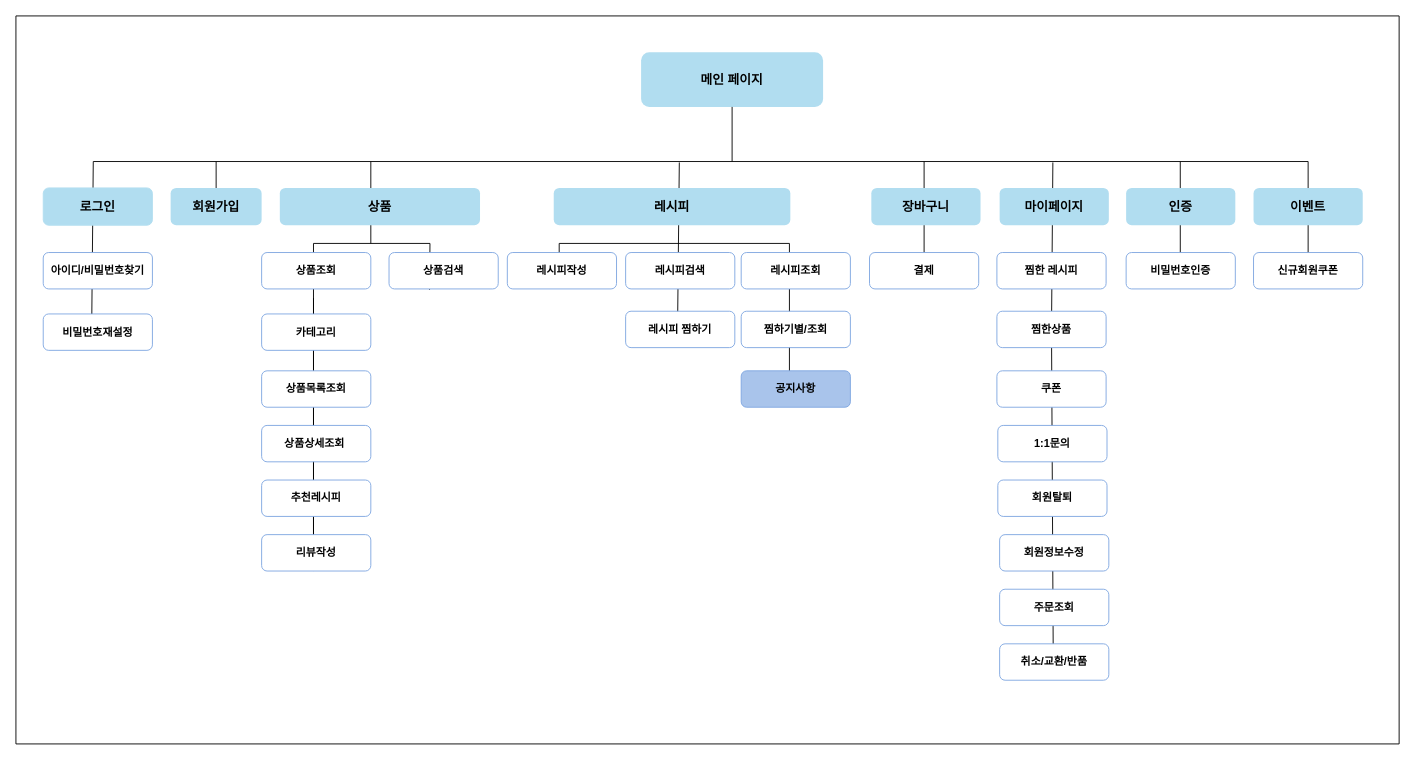
wjdwodhs/Flowchart keeps this draw.io diagram as Flowchart.drawio. Above is the earlier version. Source tidied: cells renumbered, new cells numbered last; positions are measured from the earlier drawing's top-left corner, leaving out a move shared by most shapes. Both pictures are drawn from the tidied source at 91%, with x=0, y=0 at pixel (15, 15).
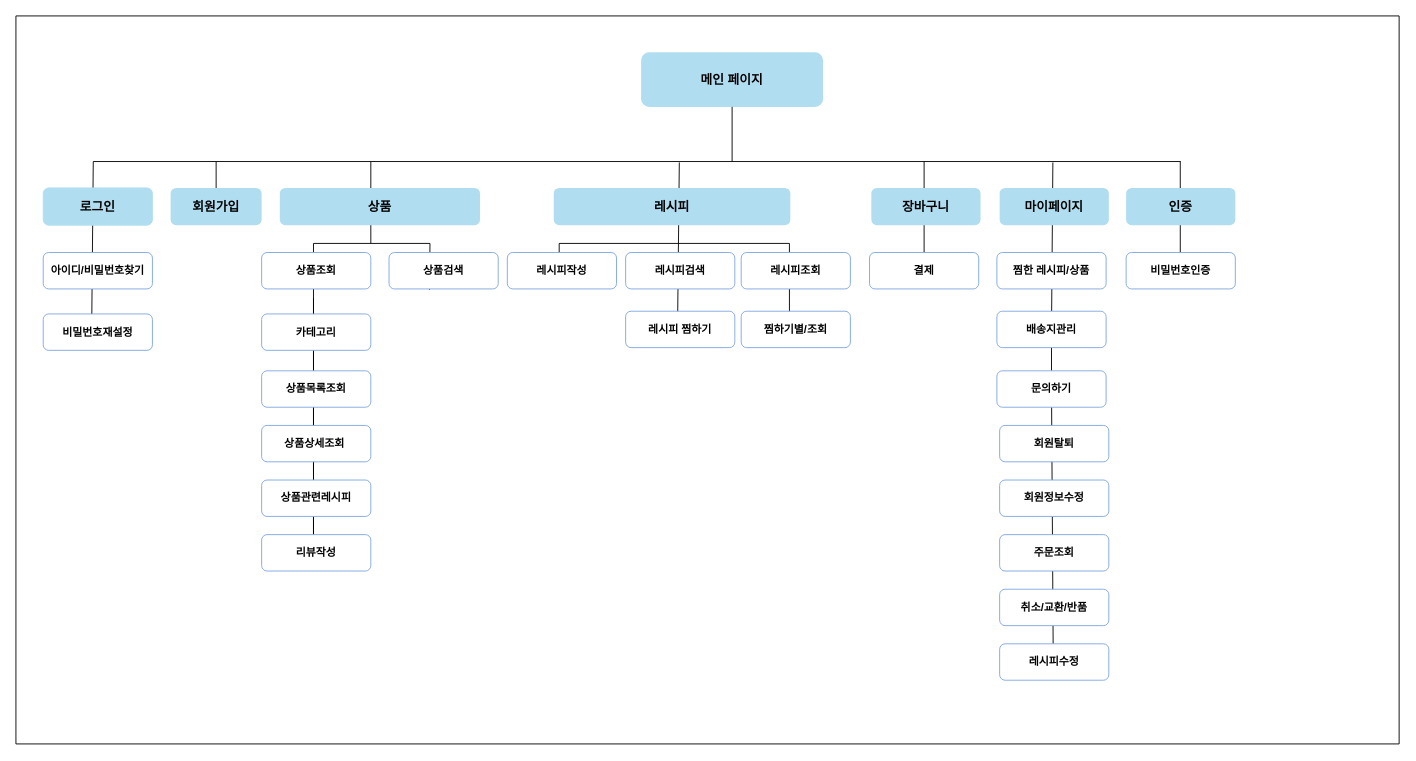
Above is the later version.

The change refers to these unchanged cells:
```xml
<mxCell id="56" value="&lt;b&gt;찜하기별/조회&lt;/b&gt;" style="rounded=1;whiteSpace=wrap;html=1;strokeColor=#7EA6E0;" parent="1" vertex="1">
  <mxGeometry x="797" y="324.5" width="120" height="40" as="geometry" />
</mxCell>
```

Diff of the diagram source:
```diff
@@
     <mxCell id="3" style="endArrow=none;html=1;rounded=0;" parent="1" edge="1">
       <mxGeometry relative="1" as="geometry">
         <mxPoint x="85" y="160" as="sourcePoint" />
-        <mxPoint x="1420" y="160" as="targetPoint" />
+        <mxPoint x="1280" y="160" as="targetPoint" />
       </mxGeometry>
     </mxCell>
@@
-    <mxCell id="32" value="&lt;b&gt;추천레시피&lt;/b&gt;" style="rounded=1;whiteSpace=wrap;html=1;strokeColor=#7EA6E0;" parent="1" vertex="1">
+    <mxCell id="32" value="&lt;b&gt;상품관련레시피&lt;/b&gt;" style="rounded=1;whiteSpace=wrap;html=1;strokeColor=#7EA6E0;" parent="1" vertex="1">
       <mxGeometry x="270" y="510" width="120" height="40" as="geometry" />
     </mxCell>
@@
-    <mxCell id="35" style="endArrow=none;html=1;rounded=0;" parent="1" edge="1">
+    <mxCell id="35" style="endArrow=none;html=1;rounded=0;exitX=0.442;exitY=0.963;exitDx=0;exitDy=0;exitPerimeter=0;" parent="1" edge="1" source="56">
       <mxGeometry relative="1" as="geometry">
-        <mxPoint x="850" y="410" as="sourcePoint" />
         <mxPoint x="850" y="250" as="targetPoint" />
       </mxGeometry>
     </mxCell>
@@
-    <mxCell id="38" value="&lt;b&gt;찜한 레시피&lt;/b&gt;" style="rounded=1;whiteSpace=wrap;html=1;strokeColor=#7EA6E0;" parent="1" vertex="1">
+    <mxCell id="38" value="&lt;b&gt;찜한 레시피/상품&lt;/b&gt;" style="rounded=1;whiteSpace=wrap;html=1;strokeColor=#7EA6E0;" parent="1" vertex="1">
       <mxGeometry x="1078" y="260" width="120" height="40" as="geometry" />
     </mxCell>
@@
-    <mxCell id="41" style="endArrow=none;html=1;rounded=0;" parent="1" edge="1" target="42">
-      <mxGeometry relative="1" as="geometry">
-        <mxPoint x="1140" y="720" as="sourcePoint" />
-      </mxGeometry>
+    <mxCell id="41" style="endArrow=none;html=1;rounded=0;" parent="1" edge="1" source="47" target="42">
+      <mxGeometry relative="1" as="geometry" />
     </mxCell>
-    <mxCell id="42" value="&lt;b&gt;찜한상품&lt;/b&gt;" style="rounded=1;whiteSpace=wrap;html=1;strokeColor=#7EA6E0;" parent="1" vertex="1">
+    <mxCell id="42" value="&lt;b&gt;배송지관리&lt;/b&gt;" style="rounded=1;whiteSpace=wrap;html=1;strokeColor=#7EA6E0;" parent="1" vertex="1">
       <mxGeometry x="1078" y="324.5" width="120" height="40" as="geometry" />
     </mxCell>
-    <mxCell id="43" value="&lt;b&gt;쿠폰&lt;/b&gt;" style="rounded=1;whiteSpace=wrap;html=1;strokeColor=#7EA6E0;" parent="1" vertex="1">
-      <mxGeometry x="1078" y="390" width="120" height="40" as="geometry" />
-    </mxCell>
-    <mxCell id="44" style="endArrow=none;html=1;rounded=0;exitX=0.5;exitY=1;exitDx=0;exitDy=0;" parent="1" edge="1" source="46">
-      <mxGeometry relative="1" as="geometry">
-        <mxPoint x="1420" y="160" as="targetPoint" />
-      </mxGeometry>
-    </mxCell>
-    <mxCell id="45" value="&lt;h3&gt;&lt;span style=&quot;font-size: 14px;&quot;&gt;이벤트&lt;/span&gt;&lt;/h3&gt;" style="rounded=1;whiteSpace=wrap;html=1;fillColor=#B1DDF0;strokeColor=none;" parent="1" vertex="1">
-      <mxGeometry x="1360" y="189" width="120" height="41" as="geometry" />
-    </mxCell>
-    <mxCell id="46" value="&lt;b&gt;신규회원쿠폰&lt;/b&gt;" style="rounded=1;whiteSpace=wrap;html=1;strokeColor=#7EA6E0;" parent="1" vertex="1">
-      <mxGeometry x="1360" y="260" width="120" height="40" as="geometry" />
-    </mxCell>
-    <mxCell id="47" value="&lt;b&gt;1:1문의&lt;/b&gt;" style="rounded=1;whiteSpace=wrap;html=1;strokeColor=#7EA6E0;" parent="1" vertex="1">
-      <mxGeometry x="1079" y="450" width="120" height="40" as="geometry" />
-    </mxCell>
-    <mxCell id="48" value="&lt;b&gt;회원정보수정&lt;/b&gt;" style="rounded=1;whiteSpace=wrap;html=1;strokeColor=#7EA6E0;" parent="1" vertex="1">
-      <mxGeometry x="1081" y="570" width="120" height="40" as="geometry" />
-    </mxCell>
-    <mxCell id="49" value="&lt;b&gt;회원탈퇴&lt;/b&gt;" style="rounded=1;whiteSpace=wrap;html=1;strokeColor=#7EA6E0;" parent="1" vertex="1">
-      <mxGeometry x="1079" y="510" width="120" height="40" as="geometry" />
-    </mxCell>
-    <mxCell id="50" value="&lt;b&gt;주문조회&lt;/b&gt;" style="rounded=1;whiteSpace=wrap;html=1;strokeColor=#7EA6E0;" parent="1" vertex="1">
-      <mxGeometry x="1081" y="630" width="120" height="40" as="geometry" />
-    </mxCell>
-    <mxCell id="51" value="&lt;b&gt;취소/교환/반품&lt;/b&gt;" style="rounded=1;whiteSpace=wrap;html=1;strokeColor=#7EA6E0;" parent="1" vertex="1">
-      <mxGeometry x="1081" y="690" width="120" height="40" as="geometry" />
-    </mxCell>
@@
-    <mxCell id="57" value="&lt;b&gt;공지사항&lt;/b&gt;" style="rounded=1;whiteSpace=wrap;html=1;strokeColor=#7EA6E0;fillColor=#A9C4EB;" parent="1" vertex="1">
-      <mxGeometry x="797" y="390" width="120" height="40" as="geometry" />
-    </mxCell>
+    <mxCell id="58" style="endArrow=none;html=1;rounded=0;" parent="1" edge="1" target="47">
+      <mxGeometry relative="1" as="geometry">
+        <mxPoint x="1140" y="720" as="sourcePoint" />
+      </mxGeometry>
+    </mxCell>
+    <mxCell id="47" value="&lt;b&gt;문의하기&lt;/b&gt;" style="rounded=1;whiteSpace=wrap;html=1;strokeColor=#7EA6E0;" parent="1" vertex="1">
+      <mxGeometry x="1078" y="390" width="120" height="40" as="geometry" />
+    </mxCell>
+    <mxCell id="49" value="&lt;b&gt;회원탈퇴&lt;/b&gt;" style="rounded=1;whiteSpace=wrap;html=1;strokeColor=#7EA6E0;" parent="1" vertex="1">
+      <mxGeometry x="1081" y="450" width="120" height="40" as="geometry" />
+    </mxCell>
+    <mxCell id="48" value="&lt;b&gt;회원정보수정&lt;/b&gt;" style="rounded=1;whiteSpace=wrap;html=1;strokeColor=#7EA6E0;" parent="1" vertex="1">
+      <mxGeometry x="1081" y="510" width="120" height="40" as="geometry" />
+    </mxCell>
+    <mxCell id="50" value="&lt;b&gt;주문조회&lt;/b&gt;" style="rounded=1;whiteSpace=wrap;html=1;strokeColor=#7EA6E0;" parent="1" vertex="1">
+      <mxGeometry x="1081" y="570" width="120" height="40" as="geometry" />
+    </mxCell>
+    <mxCell id="51" value="&lt;b&gt;취소/교환/반품&lt;/b&gt;" style="rounded=1;whiteSpace=wrap;html=1;strokeColor=#7EA6E0;" parent="1" vertex="1">
+      <mxGeometry x="1081" y="630" width="120" height="40" as="geometry" />
+    </mxCell>
+    <mxCell id="59" value="&lt;b&gt;레시피수정&lt;/b&gt;" style="rounded=1;whiteSpace=wrap;html=1;strokeColor=#7EA6E0;" parent="1" vertex="1">
+      <mxGeometry x="1081" y="690" width="120" height="40" as="geometry" />
+    </mxCell>
```
